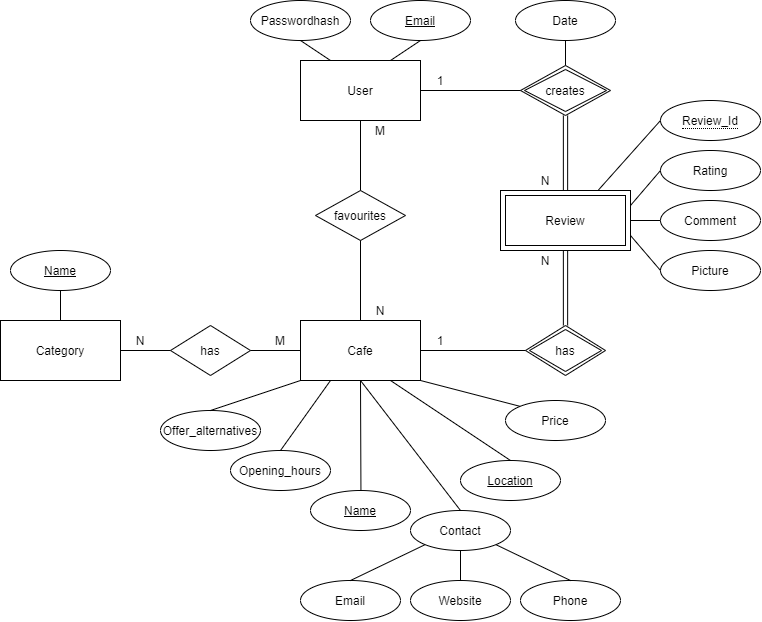
Before: images/er_diagram.png, a diagram exported from draw.io (Victori4/Fika-Finder). Source tidied: cells renumbered, new cells last; positions are measured from the earlier drawing's top-left corner, leaving out a move shared by most shapes.
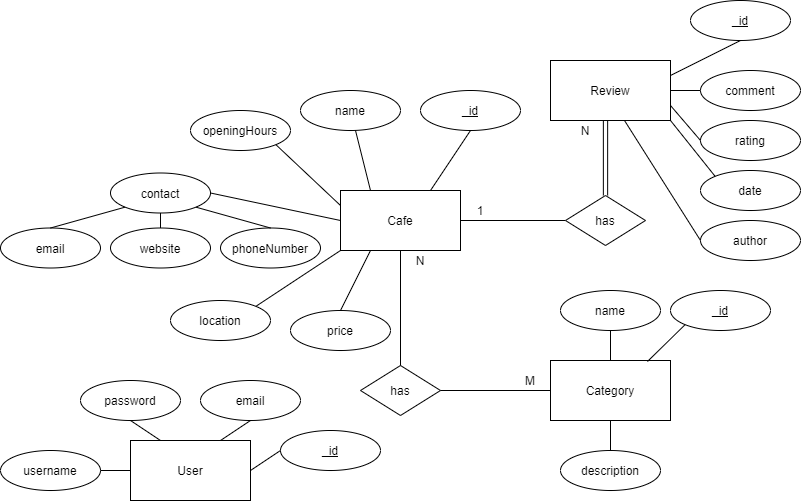
Above is the later version.

Commit message:
Add new ER diagram and style all remaining forms

What changed in the source:
```diff
@@ -6,135 +6,101 @@
       <mxGeometry x="300" y="320" width="120" height="60" as="geometry" />
     </mxCell>
     <mxCell id="3" value="User" style="rounded=0;whiteSpace=wrap;html=1;" parent="1" vertex="1">
-      <mxGeometry x="300" y="60" width="120" height="60" as="geometry" />
+      <mxGeometry x="90" y="570" width="120" height="60" as="geometry" />
     </mxCell>
     <mxCell id="4" value="Category" style="rounded=0;whiteSpace=wrap;html=1;" parent="1" vertex="1">
-      <mxGeometry y="320" width="120" height="60" as="geometry" />
+      <mxGeometry x="510" y="490" width="120" height="60" as="geometry" />
     </mxCell>
-    <mxCell id="5" value="Rating" style="ellipse;whiteSpace=wrap;html=1;align=center;" parent="1" vertex="1">
-      <mxGeometry x="660" y="150" width="100" height="40" as="geometry" />
+    <mxCell id="5" value="rating" style="ellipse;whiteSpace=wrap;html=1;align=center;" parent="1" vertex="1">
+      <mxGeometry x="660" y="250" width="100" height="40" as="geometry" />
     </mxCell>
-    <mxCell id="6" value="Comment" style="ellipse;whiteSpace=wrap;html=1;align=center;" parent="1" vertex="1">
+    <mxCell id="6" value="comment" style="ellipse;whiteSpace=wrap;html=1;align=center;" parent="1" vertex="1">
       <mxGeometry x="660" y="200" width="100" height="40" as="geometry" />
     </mxCell>
-    <mxCell id="7" value="Picture" style="ellipse;whiteSpace=wrap;html=1;align=center;" parent="1" vertex="1">
-      <mxGeometry x="660" y="250" width="100" height="40" as="geometry" />
-    </mxCell>
-    <mxCell id="8" value="&lt;u&gt;Name&lt;/u&gt;" style="ellipse;whiteSpace=wrap;html=1;align=center;" parent="1" vertex="1">
-      <mxGeometry x="10" y="250" width="100" height="40" as="geometry" />
-    </mxCell>
-    <mxCell id="9" value="&lt;u&gt;Email&lt;/u&gt;" style="ellipse;whiteSpace=wrap;html=1;align=center;" parent="1" vertex="1">
-      <mxGeometry x="370" width="100" height="40" as="geometry" />
-    </mxCell>
-    <mxCell id="10" value="Passwordhash" style="ellipse;whiteSpace=wrap;html=1;align=center;" parent="1" vertex="1">
-      <mxGeometry x="250" width="100" height="40" as="geometry" />
+    <mxCell id="10" value="password" style="ellipse;whiteSpace=wrap;html=1;align=center;" parent="1" vertex="1">
+      <mxGeometry x="40" y="510" width="100" height="40" as="geometry" />
     </mxCell>
-    <mxCell id="11" value="favourites" style="shape=rhombus;perimeter=rhombusPerimeter;whiteSpace=wrap;html=1;align=center;" parent="1" vertex="1">
-      <mxGeometry x="315" y="190" width="90" height="50" as="geometry" />
-    </mxCell>
     <mxCell id="12" value="has" style="shape=rhombus;perimeter=rhombusPerimeter;whiteSpace=wrap;html=1;align=center;" parent="1" vertex="1">
-      <mxGeometry x="170" y="325" width="80" height="50" as="geometry" />
+      <mxGeometry x="320" y="495" width="80" height="50" as="geometry" />
     </mxCell>
-    <mxCell id="13" value="Date" style="ellipse;whiteSpace=wrap;html=1;align=center;" parent="1" vertex="1">
-      <mxGeometry x="515" width="100" height="40" as="geometry" />
+    <mxCell id="13" value="date" style="ellipse;whiteSpace=wrap;html=1;align=center;" parent="1" vertex="1">
+      <mxGeometry x="660" y="300" width="100" height="40" as="geometry" />
     </mxCell>
-    <mxCell id="14" value="&lt;u&gt;Name&lt;/u&gt;" style="ellipse;whiteSpace=wrap;html=1;align=center;" parent="1" vertex="1">
-      <mxGeometry x="310" y="490" width="100" height="40" as="geometry" />
+    <mxCell id="14" value="name" style="ellipse;whiteSpace=wrap;html=1;align=center;" parent="1" vertex="1">
+      <mxGeometry x="260" y="220" width="100" height="40" as="geometry" />
     </mxCell>
-    <mxCell id="15" value="&lt;u&gt;Location&lt;/u&gt;" style="ellipse;whiteSpace=wrap;html=1;align=center;" parent="1" vertex="1">
-      <mxGeometry x="460" y="460" width="100" height="40" as="geometry" />
+    <mxCell id="15" value="location" style="ellipse;whiteSpace=wrap;html=1;align=center;" parent="1" vertex="1">
+      <mxGeometry x="130" y="430" width="100" height="40" as="geometry" />
     </mxCell>
-    <mxCell id="16" value="Opening_hours" style="ellipse;whiteSpace=wrap;html=1;align=center;" parent="1" vertex="1">
-      <mxGeometry x="230" y="450" width="100" height="40" as="geometry" />
+    <mxCell id="16" value="openingHours" style="ellipse;whiteSpace=wrap;html=1;align=center;" parent="1" vertex="1">
+      <mxGeometry x="150" y="240" width="100" height="40" as="geometry" />
     </mxCell>
-    <mxCell id="17" value="Price" style="ellipse;whiteSpace=wrap;html=1;align=center;" parent="1" vertex="1">
-      <mxGeometry x="505" y="400" width="100" height="40" as="geometry" />
+    <mxCell id="17" value="price" style="ellipse;whiteSpace=wrap;html=1;align=center;" parent="1" vertex="1">
+      <mxGeometry x="250" y="440" width="100" height="40" as="geometry" />
     </mxCell>
-    <mxCell id="18" value="Offer_alternatives" style="ellipse;whiteSpace=wrap;html=1;align=center;" parent="1" vertex="1">
-      <mxGeometry x="160" y="410" width="100" height="40" as="geometry" />
-    </mxCell>
-    <mxCell id="19" value="Email" style="ellipse;whiteSpace=wrap;html=1;align=center;" parent="1" vertex="1">
-      <mxGeometry x="300" y="580" width="100" height="40" as="geometry" />
+    <mxCell id="19" value="email" style="ellipse;whiteSpace=wrap;html=1;align=center;" parent="1" vertex="1">
+      <mxGeometry x="-40" y="357.5" width="100" height="40" as="geometry" />
     </mxCell>
-    <mxCell id="20" value="Phone" style="ellipse;whiteSpace=wrap;html=1;align=center;" parent="1" vertex="1">
-      <mxGeometry x="520" y="580" width="100" height="40" as="geometry" />
+    <mxCell id="20" value="phoneNumber" style="ellipse;whiteSpace=wrap;html=1;align=center;" parent="1" vertex="1">
+      <mxGeometry x="180" y="357.5" width="100" height="40" as="geometry" />
     </mxCell>
-    <mxCell id="21" value="Website" style="ellipse;whiteSpace=wrap;html=1;align=center;" parent="1" vertex="1">
-      <mxGeometry x="410" y="580" width="100" height="40" as="geometry" />
+    <mxCell id="21" value="website" style="ellipse;whiteSpace=wrap;html=1;align=center;" parent="1" vertex="1">
+      <mxGeometry x="70" y="357.5" width="100" height="40" as="geometry" />
     </mxCell>
-    <mxCell id="22" value="Review" style="shape=ext;margin=3;double=1;whiteSpace=wrap;html=1;align=center;" parent="1" vertex="1">
-      <mxGeometry x="500" y="190" width="130" height="60" as="geometry" />
-    </mxCell>
-    <mxCell id="23" value="creates" style="shape=rhombus;double=1;perimeter=rhombusPerimeter;whiteSpace=wrap;html=1;align=center;" parent="1" vertex="1">
-      <mxGeometry x="520" y="65" width="90" height="50" as="geometry" />
-    </mxCell>
-    <mxCell id="24" value="has" style="shape=rhombus;double=1;perimeter=rhombusPerimeter;whiteSpace=wrap;html=1;align=center;" parent="1" vertex="1">
-      <mxGeometry x="525" y="325" width="80" height="50" as="geometry" />
-    </mxCell>
-    <mxCell id="25" value="&lt;span style=&quot;border-bottom: 1px dotted&quot;&gt;Review_Id&lt;/span&gt;" style="ellipse;whiteSpace=wrap;html=1;align=center;" parent="1" vertex="1">
-      <mxGeometry x="660" y="100" width="100" height="40" as="geometry" />
-    </mxCell>
-    <mxCell id="26" style="endArrow=none;html=1;entryX=0.5;entryY=1;entryDx=0;entryDy=0;exitX=0.5;exitY=0;exitDx=0;exitDy=0;" parent="1" edge="1" source="4" target="8">
+    <mxCell id="26" style="endArrow=none;html=1;entryX=0.5;entryY=1;entryDx=0;entryDy=0;exitX=0.5;exitY=0;exitDx=0;exitDy=0;" parent="1" edge="1" source="4" target="69">
       <mxGeometry relative="1" as="geometry" />
     </mxCell>
-    <mxCell id="27" style="endArrow=none;html=1;entryX=0;entryY=0.5;entryDx=0;entryDy=0;exitX=1;exitY=0.5;exitDx=0;exitDy=0;" parent="1" edge="1" source="12" target="2">
+    <mxCell id="27" style="endArrow=none;html=1;entryX=0;entryY=0.5;entryDx=0;entryDy=0;exitX=1;exitY=0.5;exitDx=0;exitDy=0;" parent="1" edge="1" source="12" target="4">
       <mxGeometry relative="1" as="geometry" />
     </mxCell>
-    <mxCell id="28" style="endArrow=none;html=1;entryX=0;entryY=0.5;entryDx=0;entryDy=0;exitX=1;exitY=0.5;exitDx=0;exitDy=0;" parent="1" edge="1" source="4" target="12">
+    <mxCell id="28" style="endArrow=none;html=1;entryX=0.5;entryY=0;entryDx=0;entryDy=0;exitX=0.5;exitY=1;exitDx=0;exitDy=0;" parent="1" edge="1" source="2" target="12">
       <mxGeometry relative="1" as="geometry" />
     </mxCell>
     <mxCell id="29" style="endArrow=none;html=1;entryX=0;entryY=0.5;entryDx=0;entryDy=0;exitX=1;exitY=0.5;exitDx=0;exitDy=0;" parent="1" edge="1" source="2" target="24">
       <mxGeometry relative="1" as="geometry" />
     </mxCell>
-    <mxCell id="30" style="endArrow=none;html=1;exitX=0.5;exitY=1;exitDx=0;exitDy=0;" parent="1" edge="1" source="13" target="23">
-      <mxGeometry relative="1" as="geometry" />
+    <mxCell id="30" style="endArrow=none;html=1;exitX=0;exitY=0;exitDx=0;exitDy=0;entryX=1;entryY=1;entryDx=0;entryDy=0;" parent="1" edge="1" source="13">
+      <mxGeometry relative="1" as="geometry">
+        <mxPoint x="630" y="250" as="targetPoint" />
+      </mxGeometry>
     </mxCell>
-    <mxCell id="31" style="endArrow=none;html=1;entryX=0;entryY=0.5;entryDx=0;entryDy=0;exitX=1;exitY=0.5;exitDx=0;exitDy=0;" parent="1" edge="1" source="3" target="23">
-      <mxGeometry relative="1" as="geometry" />
-    </mxCell>
-    <mxCell id="32" style="endArrow=none;html=1;entryX=0;entryY=0.5;entryDx=0;entryDy=0;exitX=0.75;exitY=0;exitDx=0;exitDy=0;" parent="1" edge="1" source="22" target="25">
-      <mxGeometry relative="1" as="geometry" />
+    <mxCell id="32" style="endArrow=none;html=1;entryX=0.5;entryY=1;entryDx=0;entryDy=0;exitX=1;exitY=0.25;exitDx=0;exitDy=0;" parent="1" edge="1" target="71">
+      <mxGeometry relative="1" as="geometry">
+        <mxPoint x="630" y="205" as="sourcePoint" />
+      </mxGeometry>
     </mxCell>
-    <mxCell id="33" style="endArrow=none;html=1;entryX=0;entryY=0.5;entryDx=0;entryDy=0;exitX=1;exitY=0.25;exitDx=0;exitDy=0;" parent="1" edge="1" source="22" target="5">
-      <mxGeometry relative="1" as="geometry" />
+    <mxCell id="33" style="endArrow=none;html=1;entryX=0;entryY=0.5;entryDx=0;entryDy=0;exitX=1;exitY=0.75;exitDx=0;exitDy=0;" parent="1" edge="1" target="5">
+      <mxGeometry relative="1" as="geometry">
+        <mxPoint x="630" y="235" as="sourcePoint" />
+      </mxGeometry>
     </mxCell>
-    <mxCell id="34" style="endArrow=none;html=1;entryX=0;entryY=0.5;entryDx=0;entryDy=0;exitX=1;exitY=0.5;exitDx=0;exitDy=0;" parent="1" edge="1" source="22" target="6">
-      <mxGeometry relative="1" as="geometry" />
+    <mxCell id="34" style="endArrow=none;html=1;entryX=0;entryY=0.5;entryDx=0;entryDy=0;exitX=1;exitY=0.5;exitDx=0;exitDy=0;" parent="1" edge="1" target="6">
+      <mxGeometry relative="1" as="geometry">
+        <mxPoint x="630" y="220" as="sourcePoint" />
+      </mxGeometry>
     </mxCell>
-    <mxCell id="35" style="endArrow=none;html=1;entryX=0;entryY=0.5;entryDx=0;entryDy=0;exitX=1;exitY=0.75;exitDx=0;exitDy=0;" parent="1" edge="1" source="22" target="7">
-      <mxGeometry relative="1" as="geometry" />
-    </mxCell>
-    <mxCell id="36" style="endArrow=none;html=1;entryX=0.5;entryY=0;entryDx=0;entryDy=0;exitX=0.5;exitY=1;exitDx=0;exitDy=0;" parent="1" edge="1" source="3" target="11">
-      <mxGeometry relative="1" as="geometry" />
-    </mxCell>
-    <mxCell id="37" style="endArrow=none;html=1;entryX=0.5;entryY=0;entryDx=0;entryDy=0;exitX=0.5;exitY=1;exitDx=0;exitDy=0;" parent="1" edge="1" source="11" target="2">
-      <mxGeometry relative="1" as="geometry" />
-    </mxCell>
-    <mxCell id="38" style="endArrow=none;html=1;exitX=0.5;exitY=1;exitDx=0;exitDy=0;entryX=0.75;entryY=0;entryDx=0;entryDy=0;" parent="1" edge="1" source="9" target="3">
+    <mxCell id="38" style="endArrow=none;html=1;exitX=0.5;exitY=1;exitDx=0;exitDy=0;entryX=0.75;entryY=0;entryDx=0;entryDy=0;" parent="1" edge="1" source="74" target="3">
       <mxGeometry relative="1" as="geometry" />
     </mxCell>
     <mxCell id="39" style="endArrow=none;html=1;exitX=0.5;exitY=1;exitDx=0;exitDy=0;entryX=0.25;entryY=0;entryDx=0;entryDy=0;" parent="1" edge="1" source="10" target="3">
       <mxGeometry relative="1" as="geometry" />
     </mxCell>
-    <mxCell id="40" style="endArrow=none;html=1;entryX=0;entryY=0;entryDx=0;entryDy=0;exitX=1;exitY=1;exitDx=0;exitDy=0;" parent="1" edge="1" source="2" target="17">
+    <mxCell id="40" style="endArrow=none;html=1;entryX=0.5;entryY=0;entryDx=0;entryDy=0;exitX=0.25;exitY=1;exitDx=0;exitDy=0;" parent="1" edge="1" source="2" target="17">
       <mxGeometry relative="1" as="geometry" />
     </mxCell>
-    <mxCell id="41" style="endArrow=none;html=1;exitX=0.5;exitY=1;exitDx=0;exitDy=0;" parent="1" edge="1" source="2" target="14">
+    <mxCell id="41" style="endArrow=none;html=1;exitX=0.25;exitY=0;exitDx=0;exitDy=0;" parent="1" edge="1" source="2" target="14">
       <mxGeometry relative="1" as="geometry" />
     </mxCell>
-    <mxCell id="42" style="endArrow=none;html=1;exitX=0.25;exitY=1;exitDx=0;exitDy=0;entryX=0.5;entryY=0;entryDx=0;entryDy=0;" parent="1" edge="1" source="2" target="16">
+    <mxCell id="42" style="endArrow=none;html=1;exitX=0;exitY=0.25;exitDx=0;exitDy=0;entryX=1;entryY=1;entryDx=0;entryDy=0;" parent="1" edge="1" source="2" target="16">
       <mxGeometry relative="1" as="geometry" />
     </mxCell>
-    <mxCell id="43" style="endArrow=none;html=1;exitX=0;exitY=1;exitDx=0;exitDy=0;entryX=0.5;entryY=0;entryDx=0;entryDy=0;" parent="1" edge="1" source="2" target="18">
-      <mxGeometry relative="1" as="geometry" />
-    </mxCell>
-    <mxCell id="44" style="endArrow=none;html=1;exitX=0.75;exitY=1;exitDx=0;exitDy=0;entryX=0.5;entryY=0;entryDx=0;entryDy=0;" parent="1" edge="1" source="2" target="15">
+    <mxCell id="44" style="endArrow=none;html=1;exitX=0;exitY=1;exitDx=0;exitDy=0;entryX=1;entryY=0;entryDx=0;entryDy=0;" parent="1" edge="1" source="2" target="15">
       <mxGeometry relative="1" as="geometry" />
     </mxCell>
-    <mxCell id="45" value="Contact" style="ellipse;whiteSpace=wrap;html=1;align=center;" parent="1" vertex="1">
-      <mxGeometry x="410" y="510" width="100" height="40" as="geometry" />
+    <mxCell id="45" value="contact" style="ellipse;whiteSpace=wrap;html=1;align=center;" parent="1" vertex="1">
+      <mxGeometry x="70" y="302.5" width="100" height="40" as="geometry" />
     </mxCell>
-    <mxCell id="46" style="endArrow=none;html=1;exitX=0.5;exitY=1;exitDx=0;exitDy=0;entryX=0.5;entryY=0;entryDx=0;entryDy=0;" parent="1" edge="1" source="2" target="45">
+    <mxCell id="46" style="endArrow=none;html=1;exitX=0;exitY=0.5;exitDx=0;exitDy=0;entryX=1;entryY=0.5;entryDx=0;entryDy=0;" parent="1" edge="1" source="2" target="45">
       <mxGeometry relative="1" as="geometry" />
     </mxCell>
     <mxCell id="47" style="endArrow=none;html=1;exitX=0.5;exitY=0;exitDx=0;exitDy=0;entryX=0;entryY=1;entryDx=0;entryDy=0;" parent="1" edge="1" source="19" target="45">
@@ -146,18 +112,6 @@
     <mxCell id="49" style="endArrow=none;html=1;exitX=0.5;exitY=0;exitDx=0;exitDy=0;entryX=1;entryY=1;entryDx=0;entryDy=0;" parent="1" edge="1" source="20" target="45">
       <mxGeometry relative="1" as="geometry" />
     </mxCell>
-    <mxCell id="50" value="M" style="text;html=1;strokeColor=none;fillColor=none;align=center;verticalAlign=middle;whiteSpace=wrap;rounded=0;" parent="1" vertex="1">
-      <mxGeometry x="360" y="120" width="40" height="20" as="geometry" />
-    </mxCell>
-    <mxCell id="51" value="N" style="text;html=1;strokeColor=none;fillColor=none;align=center;verticalAlign=middle;whiteSpace=wrap;rounded=0;" parent="1" vertex="1">
-      <mxGeometry x="360" y="300" width="40" height="20" as="geometry" />
-    </mxCell>
-    <mxCell id="52" value="1" style="text;html=1;strokeColor=none;fillColor=none;align=center;verticalAlign=middle;whiteSpace=wrap;rounded=0;" parent="1" vertex="1">
-      <mxGeometry x="420" y="70" width="40" height="20" as="geometry" />
-    </mxCell>
-    <mxCell id="53" value="N" style="text;html=1;strokeColor=none;fillColor=none;align=center;verticalAlign=middle;whiteSpace=wrap;rounded=0;" parent="1" vertex="1">
-      <mxGeometry x="525" y="170" width="40" height="20" as="geometry" />
-    </mxCell>
     <mxCell id="54" value="N" style="text;html=1;strokeColor=none;fillColor=none;align=center;verticalAlign=middle;whiteSpace=wrap;rounded=0;" parent="1" vertex="1">
       <mxGeometry x="525" y="250" width="40" height="20" as="geometry" />
     </mxCell>
@@ -165,16 +119,68 @@
       <mxGeometry x="420" y="330" width="40" height="20" as="geometry" />
     </mxCell>
     <mxCell id="56" value="M" style="text;html=1;strokeColor=none;fillColor=none;align=center;verticalAlign=middle;whiteSpace=wrap;rounded=0;" parent="1" vertex="1">
-      <mxGeometry x="260" y="330" width="40" height="20" as="geometry" />
+      <mxGeometry x="470" y="500" width="40" height="20" as="geometry" />
     </mxCell>
     <mxCell id="57" value="N" style="text;html=1;strokeColor=none;fillColor=none;align=center;verticalAlign=middle;whiteSpace=wrap;rounded=0;" parent="1" vertex="1">
-      <mxGeometry x="120" y="330" width="40" height="20" as="geometry" />
+      <mxGeometry x="360" y="380" width="40" height="20" as="geometry" />
     </mxCell>
-    <mxCell id="58" style="shape=link;html=1;rounded=0;width=4.2857142857142865;entryX=0.5;entryY=1;entryDx=0;entryDy=0;exitX=0.5;exitY=0;exitDx=0;exitDy=0;" parent="1" edge="1" source="24" target="22">
-      <mxGeometry relative="1" as="geometry" />
+    <mxCell id="58" style="shape=link;html=1;rounded=0;width=4.2857142857142865;entryX=0.5;entryY=1;entryDx=0;entryDy=0;exitX=0.5;exitY=0;exitDx=0;exitDy=0;" parent="1" edge="1" source="24">
+      <mxGeometry relative="1" as="geometry">
+        <mxPoint x="565" y="250" as="targetPoint" />
+      </mxGeometry>
     </mxCell>
-    <mxCell id="59" style="shape=link;html=1;rounded=0;width=4.2857142857142865;entryX=0.5;entryY=1;entryDx=0;entryDy=0;" parent="1" edge="1" source="22" target="23">
-      <mxGeometry relative="1" as="geometry" />
-    </mxCell>
+    <mxCell id="60" style="endArrow=none;html=1;entryX=0.5;entryY=1;entryDx=0;entryDy=0;exitX=0.75;exitY=0;exitDx=0;exitDy=0;" parent="1" edge="1" source="2" target="67">
+      <mxGeometry relative="1" as="geometry" />
+    </mxCell>
+    <mxCell id="61" value="description" style="ellipse;whiteSpace=wrap;html=1;align=center;" parent="1" vertex="1">
+      <mxGeometry x="520" y="580" width="100" height="40" as="geometry" />
+    </mxCell>
+    <mxCell id="62" style="endArrow=none;html=1;entryX=0.5;entryY=1;entryDx=0;entryDy=0;exitX=0.5;exitY=0;exitDx=0;exitDy=0;" parent="1" edge="1" source="61" target="4">
+      <mxGeometry relative="1" as="geometry" />
+    </mxCell>
+    <mxCell id="63" value="author" style="ellipse;whiteSpace=wrap;html=1;align=center;" parent="1" vertex="1">
+      <mxGeometry x="660" y="350" width="100" height="40" as="geometry" />
+    </mxCell>
+    <mxCell id="64" style="endArrow=none;html=1;exitX=0;exitY=0.5;exitDx=0;exitDy=0;" parent="1" edge="1" source="63">
+      <mxGeometry relative="1" as="geometry">
+        <mxPoint x="584" y="250" as="targetPoint" />
+      </mxGeometry>
+    </mxCell>
+    <mxCell id="65" value="username" style="ellipse;whiteSpace=wrap;html=1;align=center;" parent="1" vertex="1">
+      <mxGeometry x="-40" y="580" width="100" height="40" as="geometry" />
+    </mxCell>
+    <mxCell id="66" style="endArrow=none;html=1;exitX=1;exitY=0.5;exitDx=0;exitDy=0;entryX=0;entryY=0.5;entryDx=0;entryDy=0;" parent="1" edge="1" source="65" target="3">
+      <mxGeometry relative="1" as="geometry" />
+    </mxCell>
+    <mxCell id="22" value="Review" style="rounded=0;whiteSpace=wrap;html=1;" parent="1" vertex="1">
+      <mxGeometry x="510" y="190" width="120" height="60" as="geometry" />
+    </mxCell>
+    <mxCell id="24" value="has" style="shape=rhombus;perimeter=rhombusPerimeter;whiteSpace=wrap;html=1;align=center;" parent="1" vertex="1">
+      <mxGeometry x="525" y="325" width="80" height="50" as="geometry" />
+    </mxCell>
+    <mxCell id="67" value="&lt;u&gt;_id&lt;/u&gt;" style="ellipse;whiteSpace=wrap;html=1;align=center;" parent="1" vertex="1">
+      <mxGeometry x="380" y="220" width="100" height="40" as="geometry" />
+    </mxCell>
+    <mxCell id="68" value="&lt;u&gt;_id&lt;/u&gt;" style="ellipse;whiteSpace=wrap;html=1;align=center;" parent="1" vertex="1">
+      <mxGeometry x="630" y="420" width="100" height="40" as="geometry" />
+    </mxCell>
+    <mxCell id="69" value="name" style="ellipse;whiteSpace=wrap;html=1;align=center;" parent="1" vertex="1">
+      <mxGeometry x="520" y="420" width="100" height="40" as="geometry" />
+    </mxCell>
+    <mxCell id="70" style="endArrow=none;html=1;entryX=0;entryY=1;entryDx=0;entryDy=0;exitX=0.808;exitY=0.017;exitDx=0;exitDy=0;exitPerimeter=0;" parent="1" edge="1" source="4" target="68">
+      <mxGeometry relative="1" as="geometry" />
+    </mxCell>
+    <mxCell id="71" value="&lt;u&gt;_id&lt;/u&gt;" style="ellipse;whiteSpace=wrap;html=1;align=center;" parent="1" vertex="1">
+      <mxGeometry x="650" y="130" width="100" height="40" as="geometry" />
+    </mxCell>
+    <mxCell id="72" value="&lt;u&gt;_id&lt;/u&gt;" style="ellipse;whiteSpace=wrap;html=1;align=center;" parent="1" vertex="1">
+      <mxGeometry x="240" y="560" width="100" height="40" as="geometry" />
+    </mxCell>
+    <mxCell id="73" style="endArrow=none;html=1;exitX=0;exitY=0.5;exitDx=0;exitDy=0;entryX=1;entryY=0.5;entryDx=0;entryDy=0;" parent="1" edge="1" source="72" target="3">
+      <mxGeometry relative="1" as="geometry" />
+    </mxCell>
+    <mxCell id="74" value="email" style="ellipse;whiteSpace=wrap;html=1;align=center;" parent="1" vertex="1">
+      <mxGeometry x="160" y="510" width="100" height="40" as="geometry" />
+    </mxCell>
   </root>
 </mxGraphModel>
```
